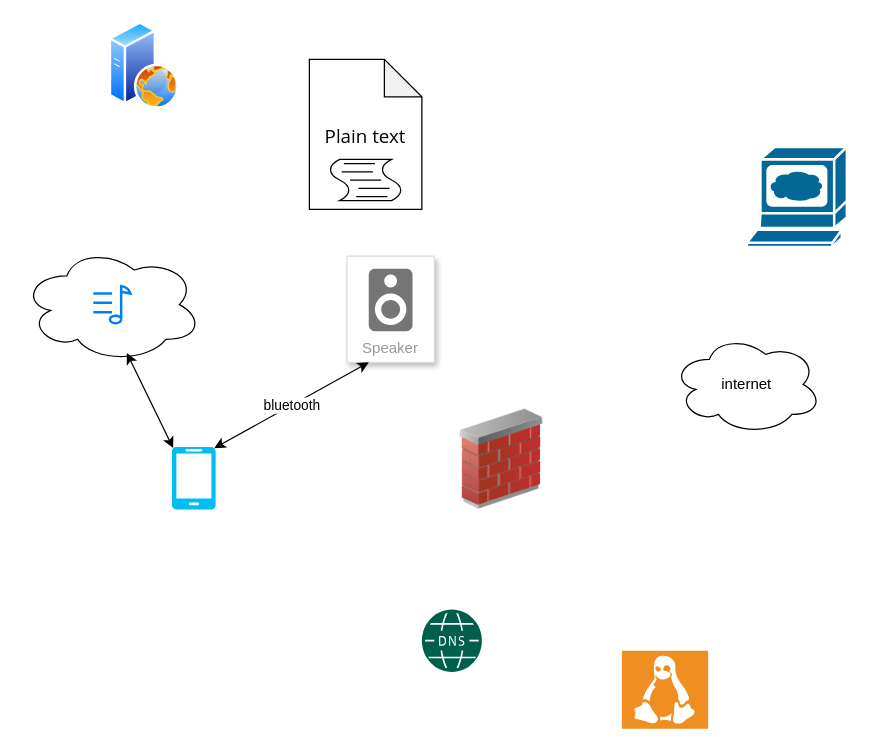
Above: deployment symbols.drawio in pve/deployment-diagrams (draw.io), before the change. Source tidied: cells renumbered, new cells numbered last; positions are measured from the earlier drawing's top-left corner, leaving out a move shared by most shapes. Both pictures are drawn from the tidied source at 125%, with x=0, y=0 at pixel (21, 21).
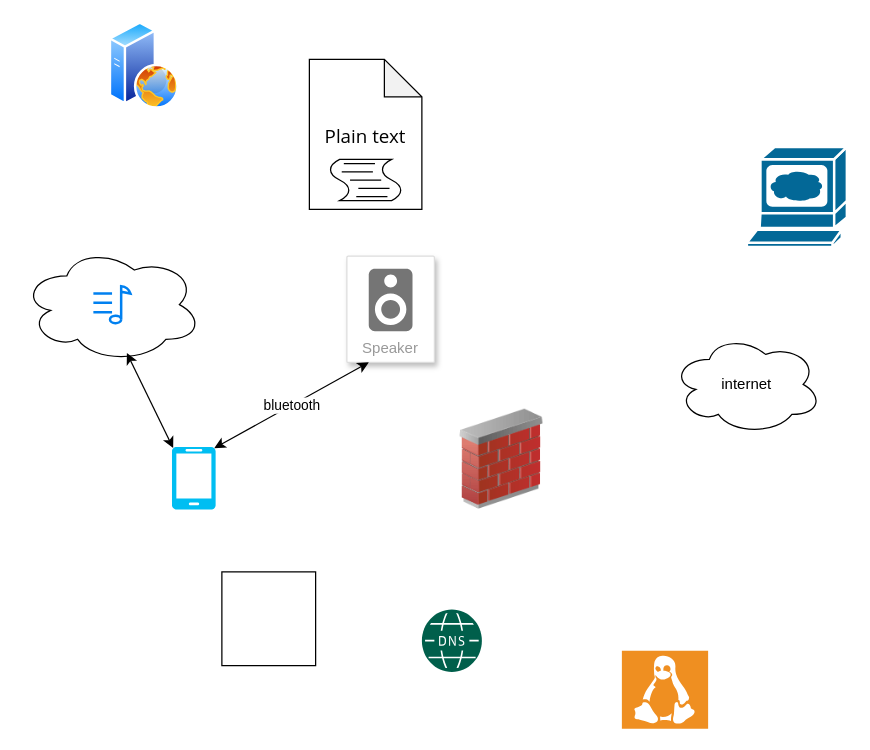
The same diagram, later.

Commit message (it also covers changes not shown here):
Updates for cicd diagrams

The edit, as a diff of the source:
```diff
@@
+    <mxCell id="18" style="whiteSpace=wrap;html=1;" parent="1" vertex="1">
+      <mxGeometry x="160" y="440" width="75" height="75" as="geometry" />
+    </mxCell>
```
